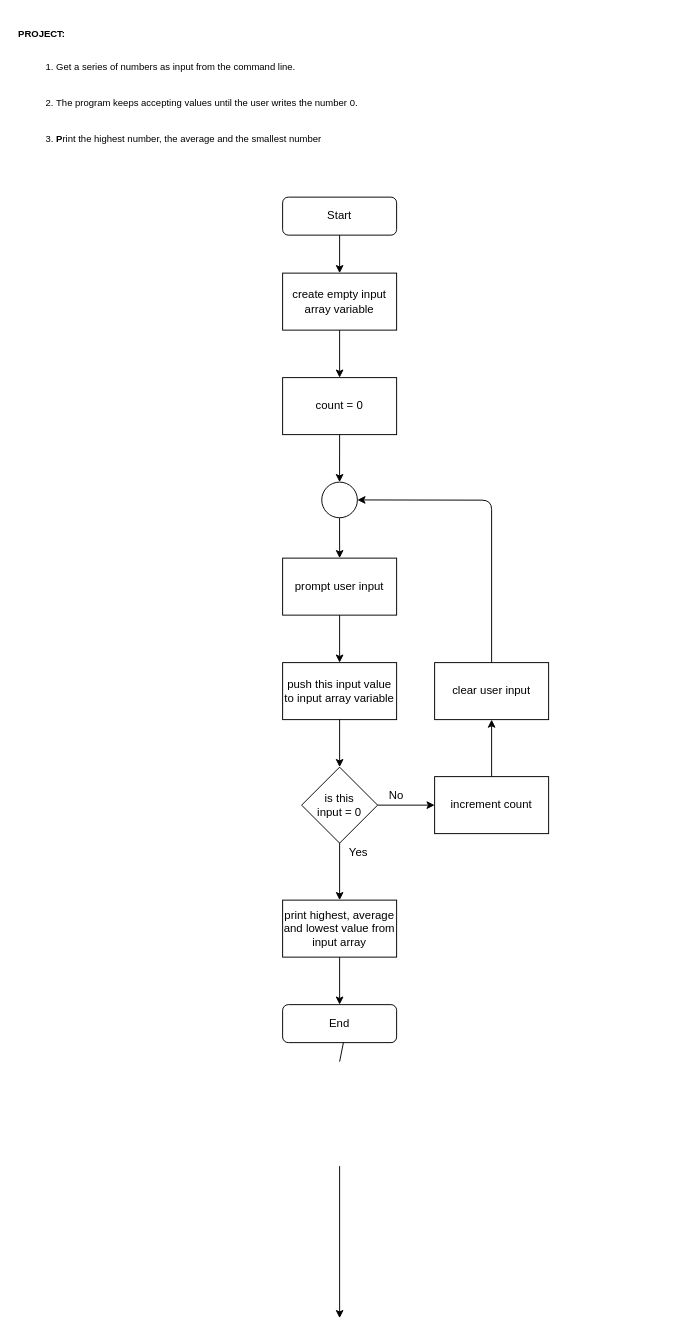
Earlier version of the draw.io diagram 210331-module2--checkZeroAlgorithm.drawio (PugConDoin/programming-flowcharts). Source tidied: cells renumbered, new cells numbered last; positions are measured from the earlier drawing's top-left corner, leaving out a move shared by most shapes. Both pictures are drawn from the tidied source at 95%, with x=0, y=0 at pixel (16, 64).
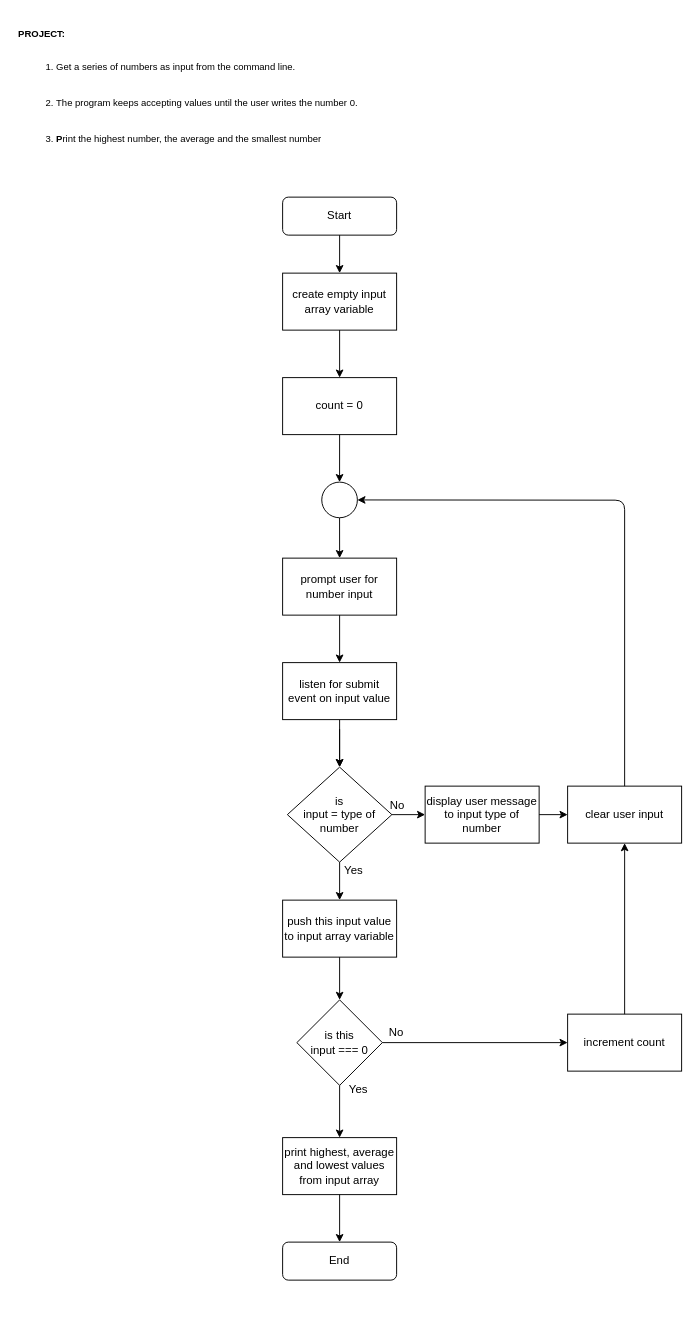
Above is the later version.

The change refers to these unchanged cells:
```xml
<mxCell id="17" style="ellipse;whiteSpace=wrap;html=1;" parent="1" vertex="1">
  <mxGeometry x="321.2" y="440" width="37.5" height="37.5" as="geometry" />
</mxCell>
```

The edit, as a diff of the source:
```diff
@@
-    <mxCell id="5" value="prompt user input" style="rounded=0;whiteSpace=wrap;html=1;" parent="1" vertex="1">
+    <mxCell id="5" value="prompt user for number input" style="rounded=0;whiteSpace=wrap;html=1;" parent="1" vertex="1">
       <mxGeometry x="280" y="520" width="120" height="60" as="geometry" />
     </mxCell>
-    <mxCell id="6" value="is this&lt;br&gt;input = 0" style="rhombus;whiteSpace=wrap;html=1;" parent="1" vertex="1">
-      <mxGeometry x="300" y="740" width="80" height="80" as="geometry" />
+    <mxCell id="6" value="is this&lt;br&gt;input === 0" style="rhombus;whiteSpace=wrap;html=1;" parent="1" vertex="1">
+      <mxGeometry x="295" y="985" width="90" height="90" as="geometry" />
     </mxCell>
     <mxCell id="7" value="push this input value to input array variable" style="rounded=0;whiteSpace=wrap;html=1;" parent="1" vertex="1">
-      <mxGeometry x="280" y="630" width="120" height="60" as="geometry" />
+      <mxGeometry x="280" y="880" width="120" height="60" as="geometry" />
     </mxCell>
-    <mxCell id="8" value="print highest, average and lowest value from input array" style="rounded=0;whiteSpace=wrap;html=1;" parent="1" vertex="1">
-      <mxGeometry x="280" y="880" width="120" height="60" as="geometry" />
+    <mxCell id="8" value="print highest, average and lowest values from input array" style="rounded=0;whiteSpace=wrap;html=1;" parent="1" vertex="1">
+      <mxGeometry x="280" y="1130" width="120" height="60" as="geometry" />
     </mxCell>
@@
-    <mxCell id="12" style="endArrow=classic;html=1;exitX=0.5;exitY=1;exitDx=0;exitDy=0;" parent="1" edge="1" source="5" target="7">
-      <mxGeometry relative="1" as="geometry" />
+    <mxCell id="12" style="endArrow=classic;html=1;exitX=0.5;exitY=1;exitDx=0;exitDy=0;entryX=0.5;entryY=0;entryDx=0;entryDy=0;" parent="1" edge="1" target="29">
+      <mxGeometry relative="1" as="geometry">
+        <mxPoint x="340" y="700" as="sourcePoint" />
+      </mxGeometry>
     </mxCell>
@@
     <mxCell id="14" value="No" style="text;html=1;strokeColor=none;fillColor=none;align=center;verticalAlign=middle;whiteSpace=wrap;rounded=0;" parent="1" vertex="1">
-      <mxGeometry x="380" y="760" width="40" height="20" as="geometry" />
+      <mxGeometry x="380" y="1010" width="40" height="20" as="geometry" />
     </mxCell>
     <mxCell id="15" value="Yes" style="text;html=1;strokeColor=none;fillColor=none;align=center;verticalAlign=middle;whiteSpace=wrap;rounded=0;" parent="1" vertex="1">
-      <mxGeometry x="340" y="820" width="40" height="20" as="geometry" />
+      <mxGeometry x="340" y="1070" width="40" height="20" as="geometry" />
     </mxCell>
     <mxCell id="16" value="increment count" style="rounded=0;whiteSpace=wrap;html=1;" parent="1" vertex="1">
-      <mxGeometry x="440" y="750" width="120" height="60" as="geometry" />
+      <mxGeometry x="580" y="1000" width="120" height="60" as="geometry" />
     </mxCell>
@@
-    <mxCell id="23" style="endArrow=classic;html=1;exitX=0.5;exitY=1;exitDx=0;exitDy=0;entryX=0.5;entryY=0;entryDx=0;entryDy=0;" parent="1" edge="1">
-      <mxGeometry relative="1" as="geometry">
-        <mxPoint x="340" y="1050" as="sourcePoint" />
-        <mxPoint x="350" y="1000" as="targetPoint" />
-      </mxGeometry>
-    </mxCell>
     <mxCell id="24" value="End" style="rounded=1;whiteSpace=wrap;html=1;fontSize=12;glass=0;strokeWidth=1;shadow=0;" parent="1" vertex="1">
-      <mxGeometry x="280" y="990" width="120" height="40" as="geometry" />
+      <mxGeometry x="280" y="1240" width="120" height="40" as="geometry" />
     </mxCell>
     <mxCell id="25" value="clear user input" style="rounded=0;whiteSpace=wrap;html=1;" parent="1" vertex="1">
-      <mxGeometry x="440" y="630" width="120" height="60" as="geometry" />
+      <mxGeometry x="580" y="760" width="120" height="60" as="geometry" />
     </mxCell>
     <mxCell id="26" style="endArrow=classic;html=1;entryX=1;entryY=0.5;entryDx=0;entryDy=0;exitX=0.5;exitY=0;exitDx=0;exitDy=0;" parent="1" edge="1" source="25" target="17">
       <mxGeometry relative="1" as="geometry">
         <Array as="points">
-          <mxPoint x="500" y="459" />
+          <mxPoint x="640" y="459" />
         </Array>
       </mxGeometry>
     </mxCell>
@@
-    <mxCell id="28" style="endArrow=classic;html=1;entryX=0.5;entryY=0;entryDx=0;entryDy=0;exitX=0.5;exitY=1;exitDx=0;exitDy=0;" parent="1" edge="1">
-      <mxGeometry relative="1" as="geometry">
-        <mxPoint x="340" y="1160" as="sourcePoint" />
-        <mxPoint x="340" y="1320" as="targetPoint" />
-      </mxGeometry>
-    </mxCell>
+    <mxCell id="29" value="is&lt;br&gt;input = type of number" style="rhombus;whiteSpace=wrap;html=1;" parent="1" vertex="1">
+      <mxGeometry x="285" y="740" width="110" height="100" as="geometry" />
+    </mxCell>
+    <mxCell id="30" style="endArrow=classic;html=1;entryX=0.5;entryY=0;entryDx=0;entryDy=0;exitX=0.5;exitY=1;exitDx=0;exitDy=0;" parent="1" edge="1" source="29" target="7">
+      <mxGeometry relative="1" as="geometry" />
+    </mxCell>
+    <mxCell id="31" value="No" style="text;html=1;strokeColor=none;fillColor=none;align=center;verticalAlign=middle;whiteSpace=wrap;rounded=0;" parent="1" vertex="1">
+      <mxGeometry x="381" y="771" width="40" height="20" as="geometry" />
+    </mxCell>
+    <mxCell id="32" value="Yes" style="text;html=1;strokeColor=none;fillColor=none;align=center;verticalAlign=middle;whiteSpace=wrap;rounded=0;" parent="1" vertex="1">
+      <mxGeometry x="335" y="839" width="40" height="20" as="geometry" />
+    </mxCell>
+    <mxCell id="33" value="display user message to input type of number" style="rounded=0;whiteSpace=wrap;html=1;" parent="1" vertex="1">
+      <mxGeometry x="430" y="760" width="120" height="60" as="geometry" />
+    </mxCell>
+    <mxCell id="34" style="endArrow=classic;html=1;entryX=0;entryY=0.5;entryDx=0;entryDy=0;exitX=1;exitY=0.5;exitDx=0;exitDy=0;" parent="1" edge="1" source="29" target="33">
+      <mxGeometry relative="1" as="geometry" />
+    </mxCell>
+    <mxCell id="35" style="endArrow=classic;html=1;entryX=0;entryY=0.5;entryDx=0;entryDy=0;exitX=1;exitY=0.5;exitDx=0;exitDy=0;" parent="1" edge="1" source="33" target="25">
+      <mxGeometry relative="1" as="geometry" />
+    </mxCell>
+    <mxCell id="36" style="edgeStyle=orthogonalEdgeStyle;rounded=0;jettySize=auto;html=1;" parent="1" edge="1" source="37" target="29">
+      <mxGeometry relative="1" as="geometry">
+        <Array as="points">
+          <mxPoint x="340" y="690" />
+          <mxPoint x="340" y="690" />
+        </Array>
+      </mxGeometry>
+    </mxCell>
+    <mxCell id="37" value="listen for submit&lt;br&gt;event on input value" style="rounded=0;whiteSpace=wrap;html=1;" parent="1" vertex="1">
+      <mxGeometry x="280" y="630" width="120" height="60" as="geometry" />
+    </mxCell>
+    <mxCell id="38" style="endArrow=classic;html=1;exitX=0.5;exitY=1;exitDx=0;exitDy=0;entryX=0.5;entryY=0;entryDx=0;entryDy=0;" parent="1" edge="1" source="5" target="37">
+      <mxGeometry relative="1" as="geometry" />
+    </mxCell>
```
